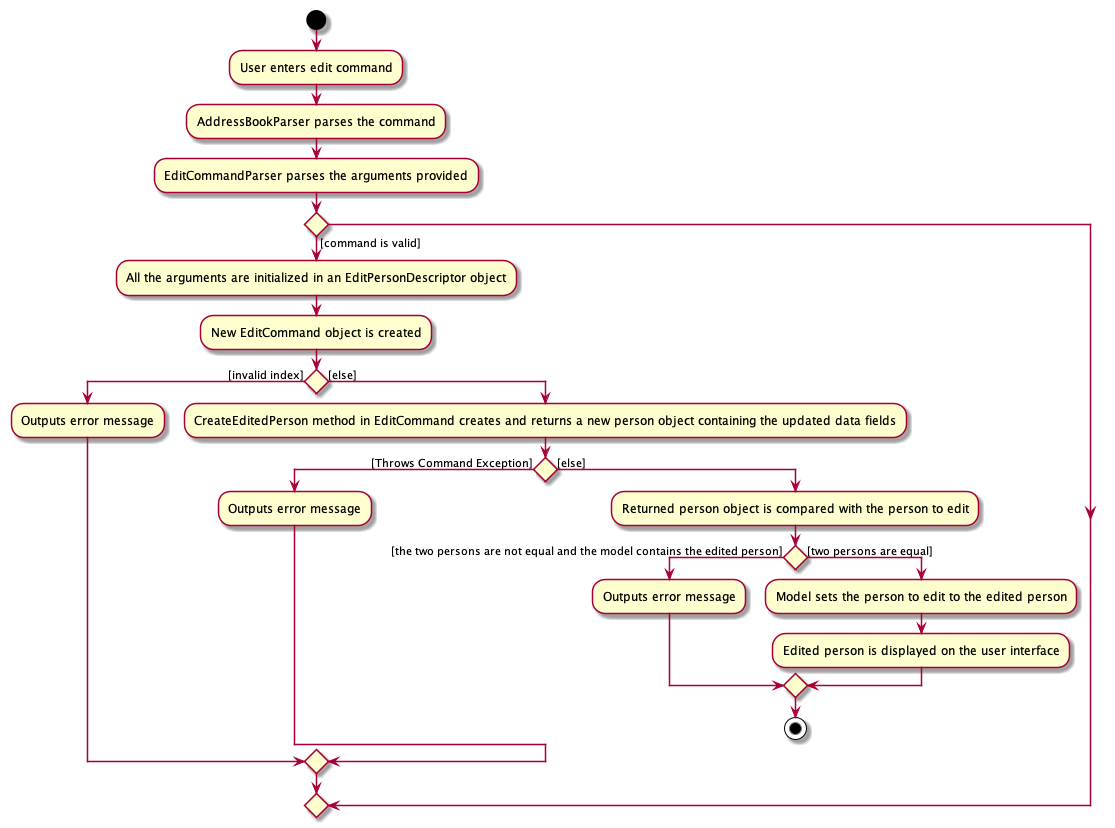
Earlier version of the PlantUML export docs/images/EditActivityDiagram.png (pranav-ganesh/tp).
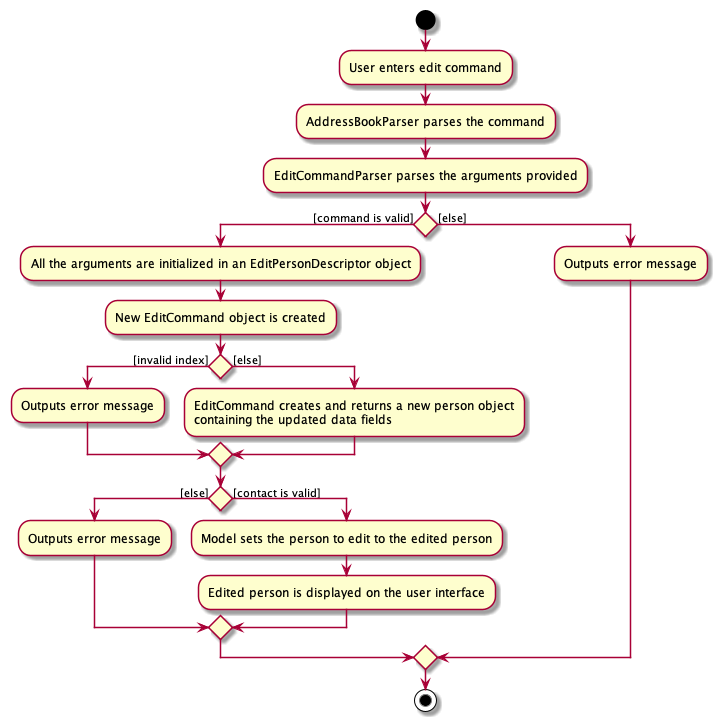
After the commit.

Commit message:
Fix Activity Diagram

What changed in the source:
```diff
@@ -9,17 +9,17 @@
   :New EditCommand object is created;
   if() then ([invalid index])
     :Outputs error message;
-    else ([else])
-    :CreateEditedPerson method in EditCommand creates and returns a new person object containing the updated data fields;
-    if() then ([Throws Command Exception])
-      :Outputs error message;
-      else ([else])
-      :Returned person object is compared with the person to edit;
-      if() then ([the two persons are not equal and the model contains the edited person])
-        :Outputs error message;
-        else ([two persons are equal])
-        :Model sets the person to edit to the edited person;
-        :Edited person is displayed on the user interface;
+  else ([else])
+    :EditCommand creates and returns a new person object\ncontaining the updated data fields;
+  endif
+  if() then ([else])
+    :Outputs error message;
+  else ([contact is valid])
+    :Model sets the person to edit to the edited person;
+    :Edited person is displayed on the user interface;
+  endif
+else ([else])
+:Outputs error message;
 endif
 
 stop
```
